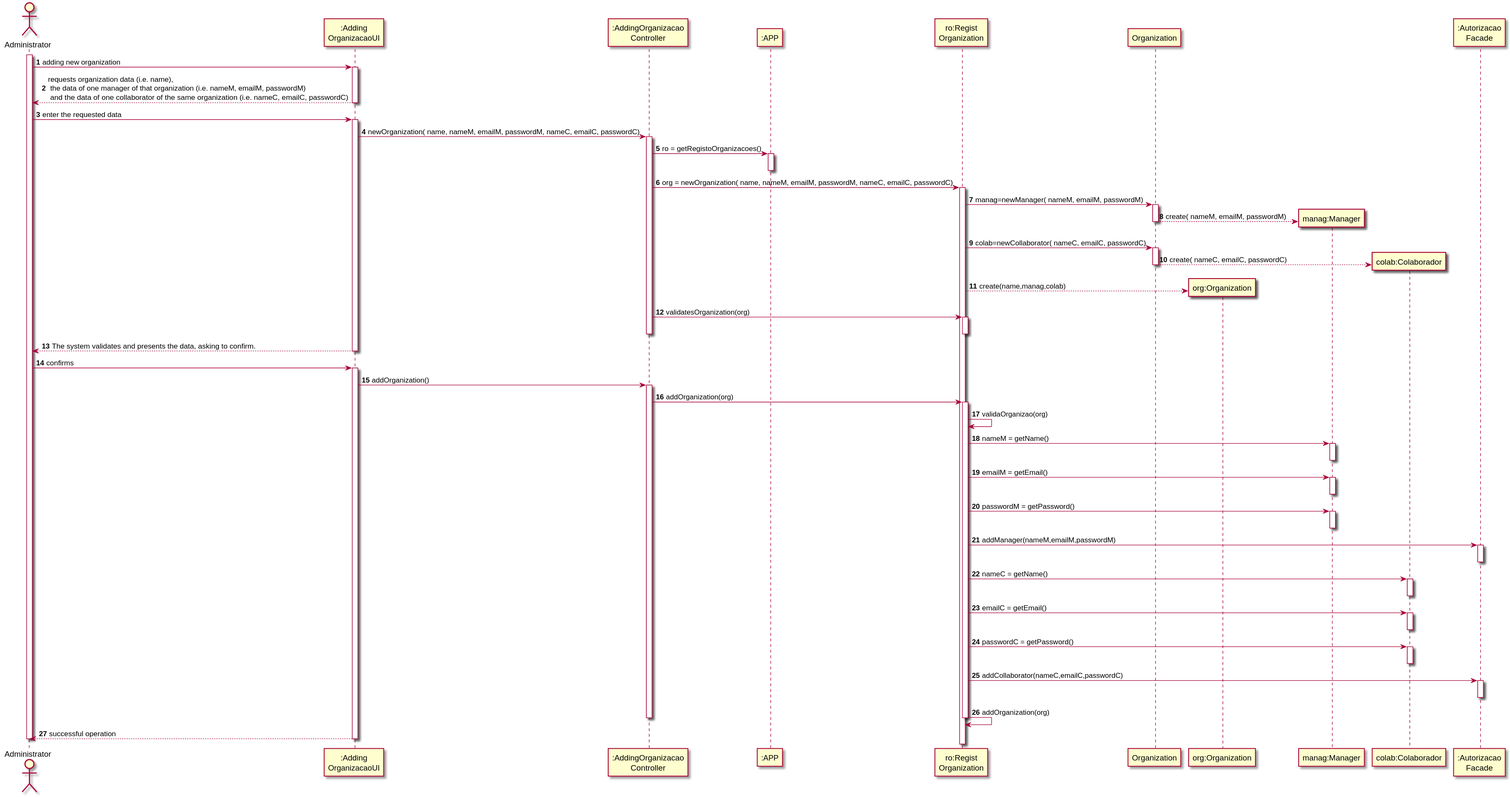
The PlantUML diagram docs/UC_08/UC08_SD.svg in botelho-io/lapr2-2020-g029, before a commit.
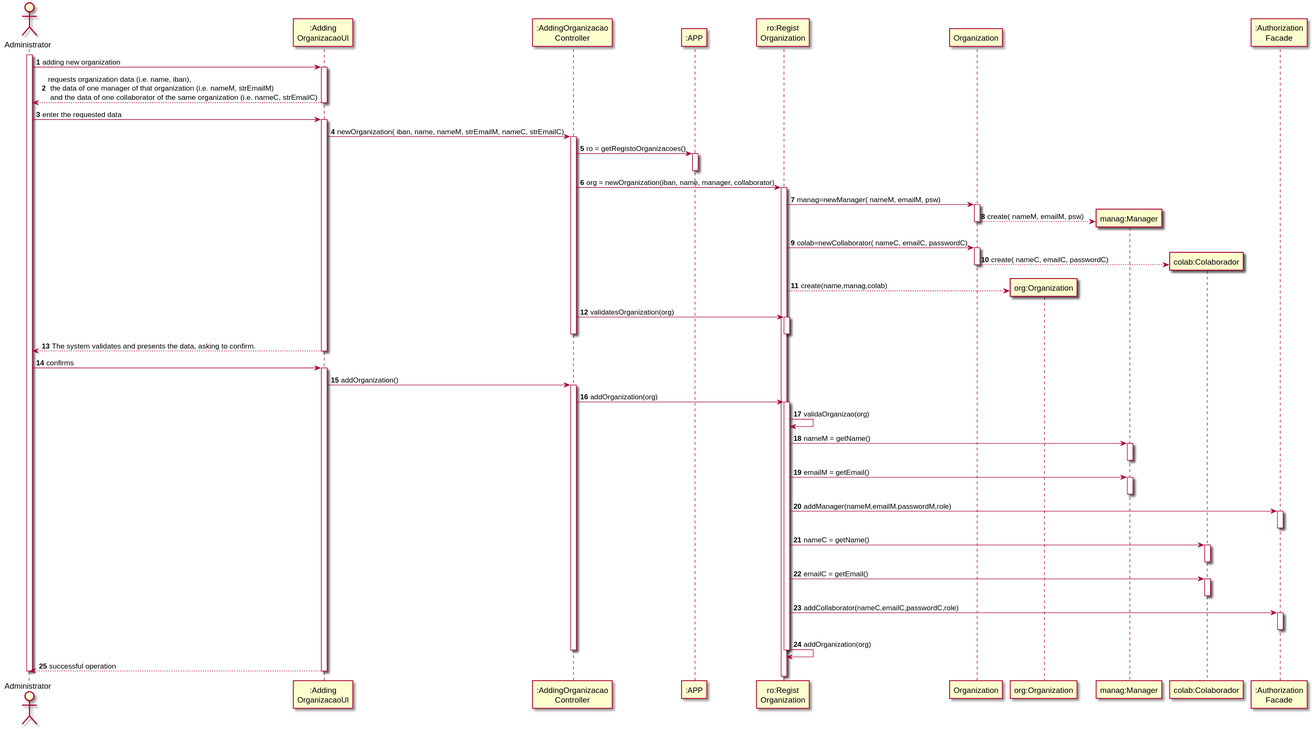
The same diagram one commit later.

Change to the diagram source:
```diff
@@ -10,31 +10,31 @@
 participant "org:Organization" as ORG
 participant "manag:Manager" as MAN
 participant "colab:Colaborador" as COLAB
-participant ":Autorizacao\nFacade" as AUT
+participant ":Authorization\nFacade" as AUT
 
 
 activate A
 A -> UI : adding new organization
 activate UI
-UI --> A : requests organization data (i.e. name),\n the data of one manager of that organization (i.e. nameM, emailM, passwordM)\n and  the data of one collaborator of the same organization  (i.e. nameC, emailC, passwordC)
+UI --> A : requests organization data (i.e. name, iban),\n the data of one manager of that organization (i.e. nameM, strEmailM)\n and  the data of one collaborator of the same organization  (i.e. nameC, strEmailC)
 deactivate UI
 
 A -> UI : enter the requested data
 activate UI
 
-UI -> CTRL : newOrganization( name, nameM, emailM, passwordM, nameC, emailC, passwordC)
+UI -> CTRL : newOrganization( iban, name, nameM, strEmailM, nameC, strEmailC)
 activate CTRL
 
 CTRL -> APP: ro = getRegistoOrganizacoes()
 activate APP
 deactivate APP
 
-CTRL -> ORGS: org = newOrganization( name, nameM, emailM, passwordM, nameC, emailC, passwordC)
+CTRL -> ORGS: org = newOrganization(iban, name, manager, collaborator)
 activate ORGS
 
-ORGS -> _ORG: manag=newManager( nameM, emailM, passwordM)
+ORGS -> _ORG: manag=newManager( nameM, emailM, psw)
 activate _ORG
-_ORG --> MAN ** : create( nameM, emailM, passwordM)
+_ORG --> MAN ** : create( nameM, emailM, psw)
 deactivate _ORG
 
 ORGS -> _ORG: colab=newCollaborator( nameC, emailC, passwordC)
@@ -68,10 +68,7 @@
 ORGS -> MAN: emailM = getEmail()
 activate MAN
 deactivate MAN
-ORGS -> MAN: passwordM = getPassword()
-activate MAN
-deactivate MAN
-ORGS -> AUT: addManager(nameM,emailM,passwordM)
+ORGS -> AUT: addManager(nameM,emailM,passwordM,role)
 activate AUT
 deactivate AUT
 
@@ -81,10 +78,7 @@
 ORGS -> COLAB: emailC = getEmail()
 activate COLAB
 deactivate COLAB
-ORGS -> COLAB: passwordC = getPassword()
-activate COLAB
-deactivate COLAB
-ORGS -> AUT: addCollaborator(nameC,emailC,passwordC)
+ORGS -> AUT: addCollaborator(nameC,emailC,passwordC,role)
 activate AUT
 deactivate AUT
 
```
